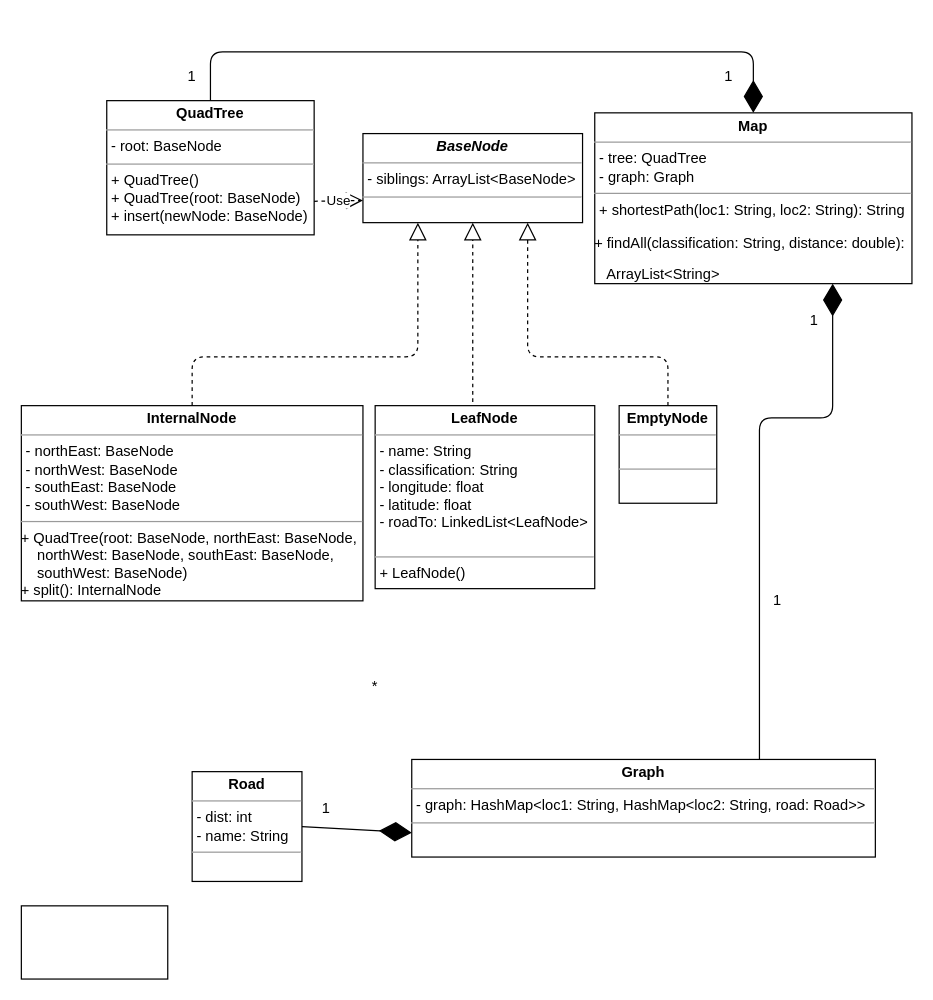
Earlier version of the draw.io diagram test.drawio (JaniceG2018/PennMap). Source tidied: cells renumbered, new cells numbered last; positions are measured from the earlier drawing's top-left corner, leaving out a move shared by most shapes. Both pictures are drawn from the tidied source at 122%, with x=0, y=0 at pixel (21, 51).
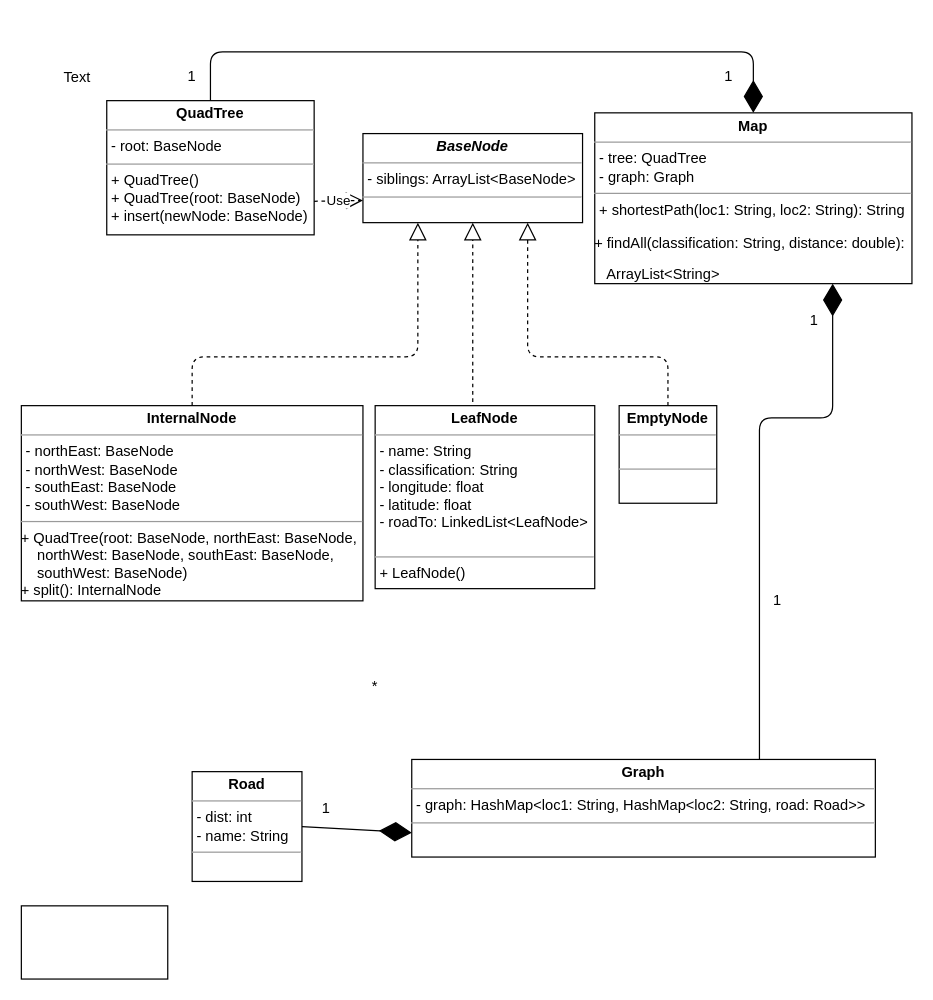
The same page after the edit.

The edit, as a diff of the source:
```diff
@@
+    <mxCell id="24" value="Text" style="text;html=1;align=left;verticalAlign=top;spacingTop=-4;" parent="1" vertex="1">
+      <mxGeometry x="33" y="11" width="40" height="20" as="geometry" />
+    </mxCell>
```
